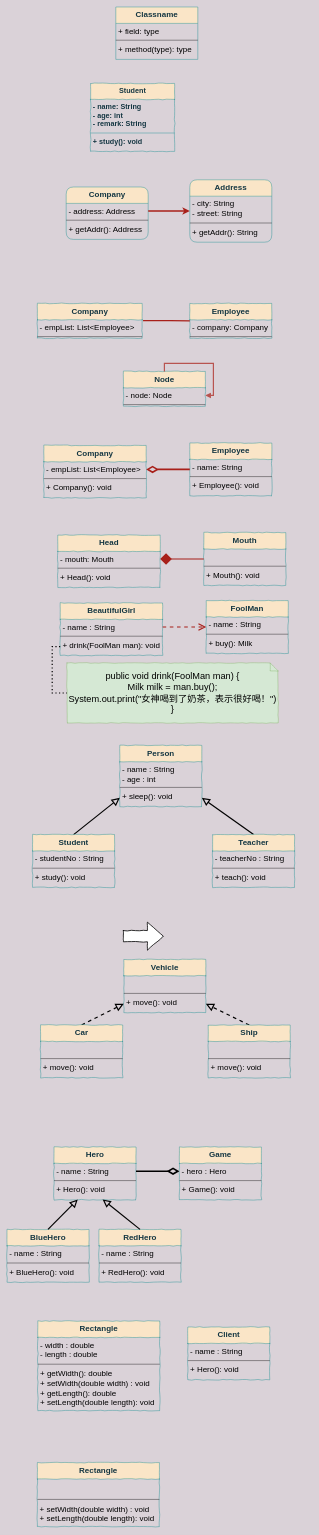
C-wx/MindManager keeps this draw.io diagram as 软件设计原则.drawio. Above is the earlier version. Source tidied: cells renumbered, new cells numbered last; positions are measured from the earlier drawing's top-left corner, leaving out a move shared by most shapes. Both pictures are drawn from the tidied source at 40%, with x=0, y=0 at pixel (7, 7).
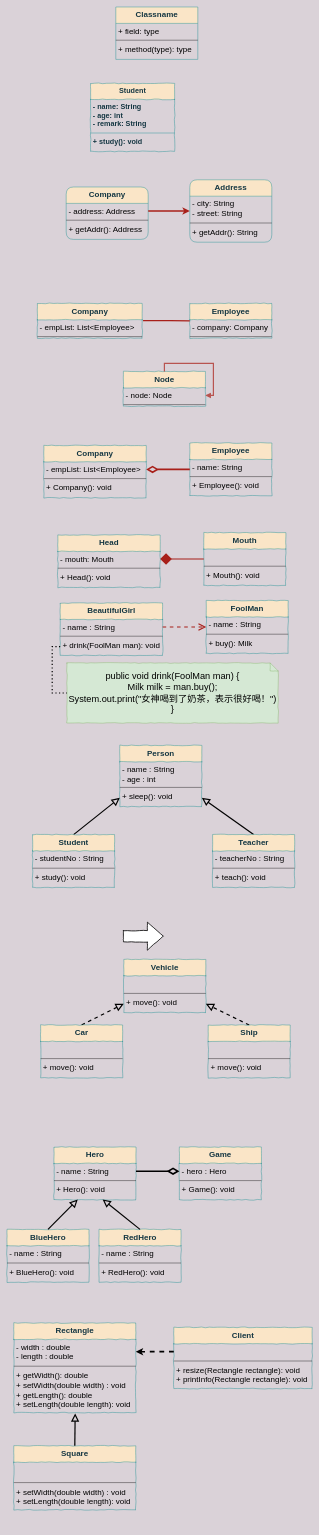
The same diagram, later.

Commit message:
更新软件设计原则.drawio

The change refers to these unchanged cells:
```xml
<mxCell id="108" value="- width : double&#10;- length : double" style="text;strokeColor=none;fillColor=none;align=left;verticalAlign=top;spacingLeft=4;spacingRight=4;overflow=hidden;points=[[0,0.5],[1,0.5]];portConstraint=eastwest;fontSize=20;" parent="107" vertex="1">
  <mxGeometry y="41" width="305" height="62" as="geometry" />
</mxCell>
<mxCell id="110" value="+ getWidth(): double&#10;+ setWidth(double width) : void&#10;+ getLength(): double&#10;+ setLength(double length): void" style="text;strokeColor=none;fillColor=none;align=left;verticalAlign=top;spacingLeft=4;spacingRight=4;overflow=hidden;points=[[0,0.5],[1,0.5]];portConstraint=eastwest;fontSize=20;" parent="107" vertex="1">
  <mxGeometry y="113" width="305" height="111" as="geometry" />
</mxCell>
```

The edit, as a diff of the source:
```diff
@@
     <mxCell id="107" value="Rectangle" style="swimlane;fontStyle=1;align=center;verticalAlign=top;horizontal=1;startSize=41;shadow=0;glass=0;comic=1;strokeColor=#0F8B8D;fillColor=#FAE5C7;fontColor=#143642;fontSize=20;rounded=0;" parent="1" vertex="1">
-      <mxGeometry x="77" y="3285" width="305" height="224" as="geometry" />
+      <mxGeometry x="17" y="3290" width="305" height="224" as="geometry" />
     </mxCell>
@@
     <mxCell id="111" value="Client" style="swimlane;fontStyle=1;align=center;verticalAlign=top;horizontal=1;startSize=41;shadow=0;glass=0;comic=1;strokeColor=#0F8B8D;fillColor=#FAE5C7;fontColor=#143642;fontSize=20;rounded=0;" parent="1" vertex="1">
-      <mxGeometry x="452" y="3300" width="205" height="132" as="geometry" />
+      <mxGeometry x="417" y="3301" width="346" height="153" as="geometry" />
     </mxCell>
-    <mxCell id="112" value="- name : String" style="text;strokeColor=none;fillColor=none;align=left;verticalAlign=top;spacingLeft=4;spacingRight=4;overflow=hidden;points=[[0,0.5],[1,0.5]];portConstraint=eastwest;fontSize=20;" parent="111" vertex="1">
-      <mxGeometry y="41" width="205" height="39" as="geometry" />
+    <mxCell id="112" value=" " style="text;strokeColor=none;fillColor=none;align=left;verticalAlign=top;spacingLeft=4;spacingRight=4;overflow=hidden;points=[[0,0.5],[1,0.5]];portConstraint=eastwest;fontSize=20;" parent="111" vertex="1">
+      <mxGeometry y="41" width="346" height="39" as="geometry" />
     </mxCell>
     <mxCell id="113" style="line;strokeWidth=1;fillColor=none;align=left;verticalAlign=middle;spacingTop=-1;spacingLeft=3;spacingRight=3;labelPosition=right;fontSize=20;" parent="111" vertex="1">
-      <mxGeometry y="80" width="205" height="8" as="geometry" />
+      <mxGeometry y="80" width="346" height="8" as="geometry" />
     </mxCell>
-    <mxCell id="114" value="+ Hero(): void" style="text;strokeColor=none;fillColor=none;align=left;verticalAlign=top;spacingLeft=4;spacingRight=4;overflow=hidden;fontSize=20;" parent="111" vertex="1">
-      <mxGeometry y="88" width="205" height="44" as="geometry" />
+    <mxCell id="114" value="+ resize(Rectangle rectangle): void&#10;+ printInfo(Rectangle rectangle): void" style="text;strokeColor=none;fillColor=none;align=left;verticalAlign=top;spacingLeft=4;spacingRight=4;overflow=hidden;fontSize=20;" parent="111" vertex="1">
+      <mxGeometry y="88" width="346" height="65" as="geometry" />
     </mxCell>
-    <mxCell id="115" value="Rectangle" style="swimlane;fontStyle=1;align=center;verticalAlign=top;horizontal=1;startSize=41;shadow=0;glass=0;comic=1;strokeColor=#0F8B8D;fillColor=#FAE5C7;fontColor=#143642;fontSize=20;rounded=0;" parent="1" vertex="1">
-      <mxGeometry x="76" y="3639" width="305" height="160" as="geometry" />
+    <mxCell id="115" value="Square" style="swimlane;fontStyle=1;align=center;verticalAlign=top;horizontal=1;startSize=41;shadow=0;glass=0;comic=1;strokeColor=#0F8B8D;fillColor=#FAE5C7;fontColor=#143642;fontSize=20;rounded=0;" parent="1" vertex="1">
+      <mxGeometry x="17" y="3597" width="305" height="160" as="geometry" />
     </mxCell>
@@
+    <mxCell id="119" style="rounded=0;jettySize=auto;html=1;exitX=0.5;exitY=0;exitDx=0;exitDy=0;entryX=0.503;entryY=1.018;entryDx=0;entryDy=0;startArrow=none;startFill=0;startSize=6;sourcePerimeterSpacing=0;endArrow=block;endFill=0;endSize=13;strokeWidth=3;entryPerimeter=0;" parent="1" edge="1" source="115" target="110">
+      <mxGeometry relative="1" as="geometry" />
+    </mxCell>
+    <mxCell id="120" style="edgeStyle=orthogonalEdgeStyle;rounded=0;jettySize=auto;html=1;exitX=0;exitY=0.5;exitDx=0;exitDy=0;strokeColor=#000000;strokeWidth=4;dashed=1;endArrow=classic;endFill=1;" parent="1" edge="1" source="112" target="108">
+      <mxGeometry relative="1" as="geometry" />
+    </mxCell>
```
